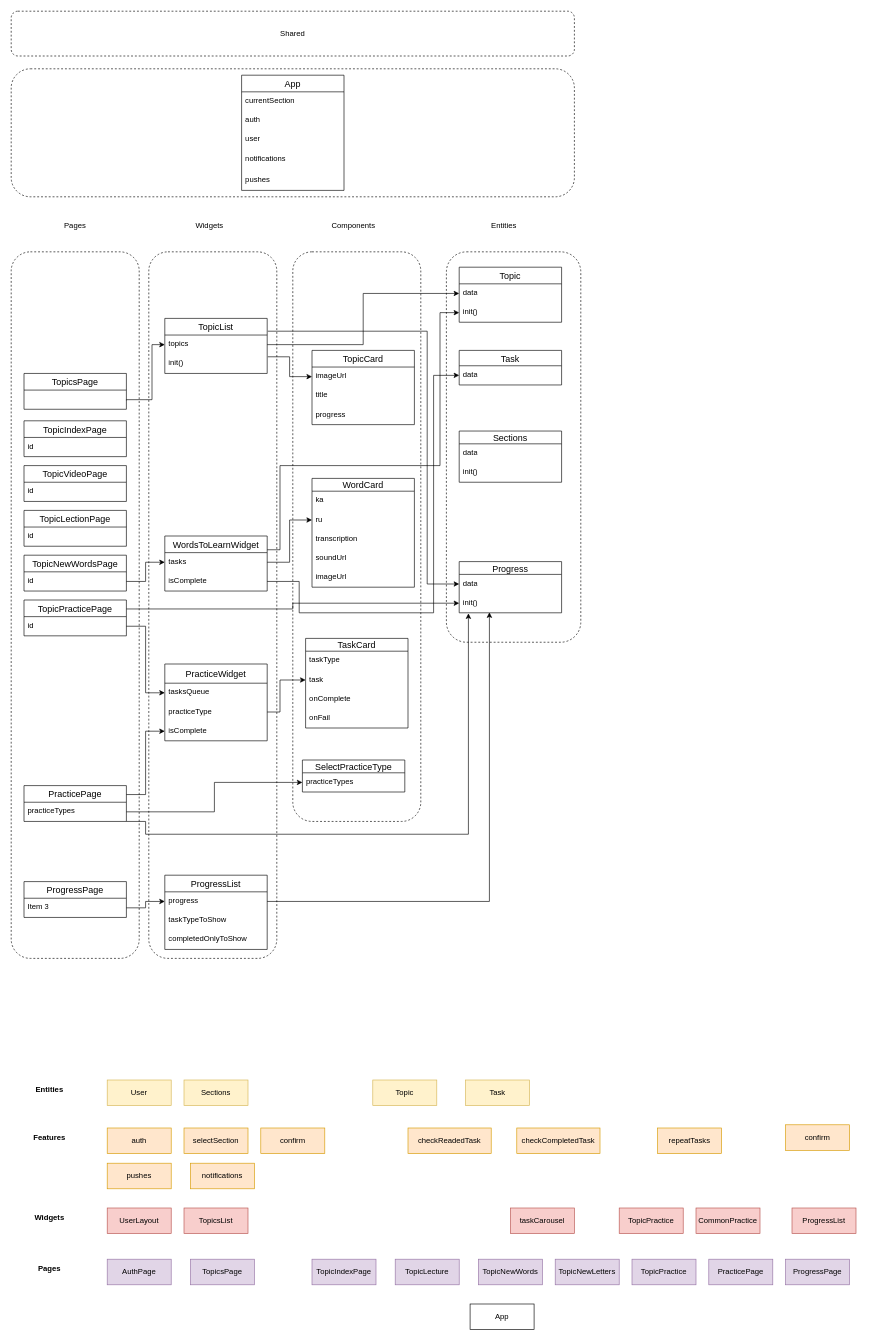
Ascold2017/geo-app keeps this draw.io diagram as geo-app.drawio. Above is the earlier version. Source tidied: cells renumbered, new cells numbered last; positions are measured from the earlier drawing's top-left corner, leaving out a move shared by most shapes. Both pictures are drawn from the tidied source at 64%, with x=0, y=0 at pixel (11, 11).
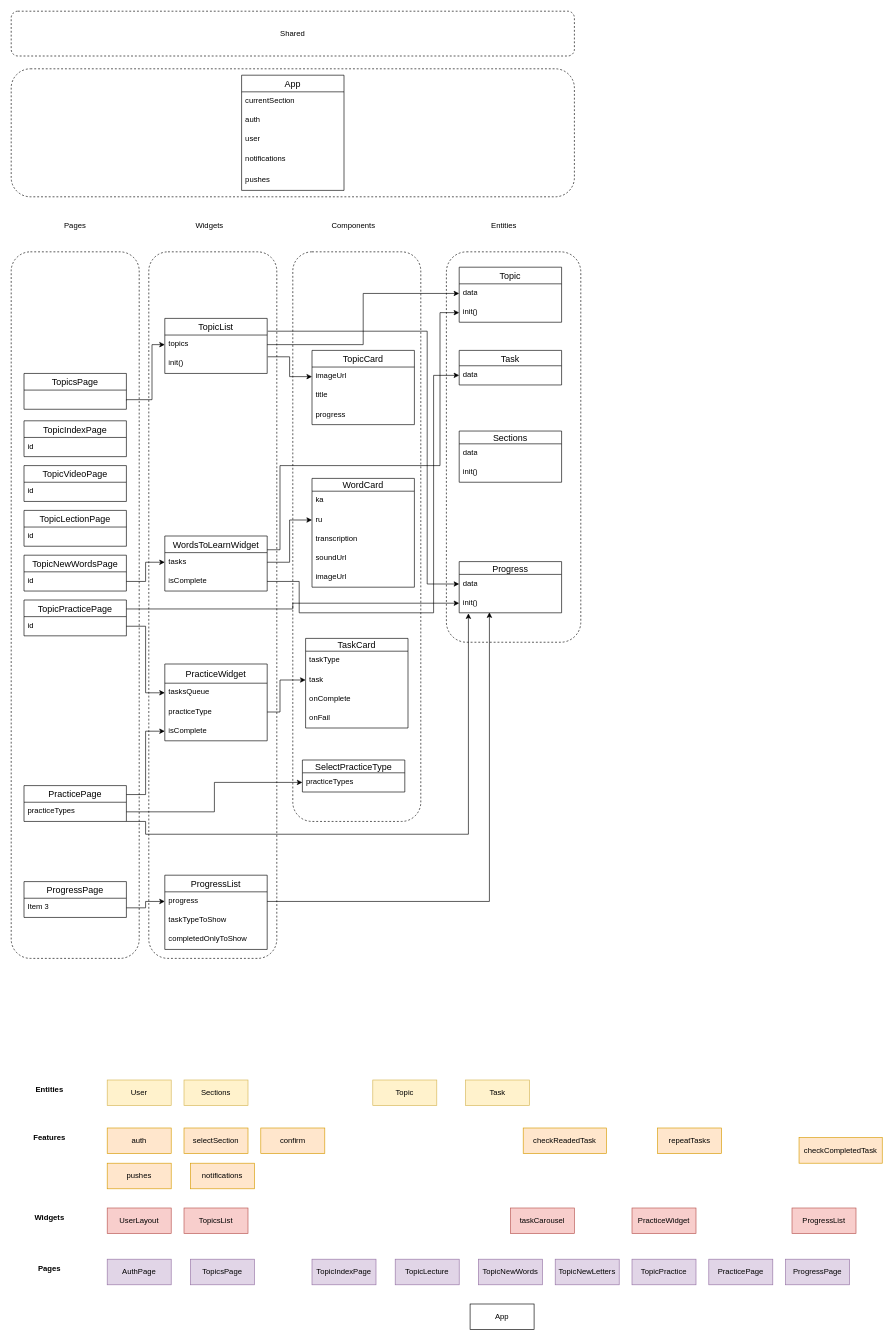
Above is the later version.

What changed in the source:
```diff
@@
-    <mxCell id="112" value="TopicPractice" style="whiteSpace=wrap;html=1;align=center;fillColor=#f8cecc;strokeColor=#b85450;" parent="1" vertex="1">
-      <mxGeometry x="950" y="1870" width="100" height="40" as="geometry" />
+    <mxCell id="112" value="PracticeWidget" style="whiteSpace=wrap;html=1;align=center;fillColor=#f8cecc;strokeColor=#b85450;" parent="1" vertex="1">
+      <mxGeometry x="970" y="1870" width="100" height="40" as="geometry" />
     </mxCell>
-    <mxCell id="113" value="CommonPractice" style="whiteSpace=wrap;html=1;align=center;fillColor=#f8cecc;strokeColor=#b85450;" parent="1" vertex="1">
-      <mxGeometry x="1070" y="1870" width="100" height="40" as="geometry" />
-    </mxCell>
@@
-    <mxCell id="118" value="confirm" style="whiteSpace=wrap;html=1;align=center;fillColor=#ffe6cc;strokeColor=#d79b00;" parent="1" vertex="1">
-      <mxGeometry x="1210" y="1740" width="100" height="40" as="geometry" />
-    </mxCell>
@@
     <mxCell id="122" value="checkReadedTask" style="whiteSpace=wrap;html=1;align=center;fillColor=#ffe6cc;strokeColor=#d79b00;" parent="1" vertex="1">
-      <mxGeometry x="620" y="1745" width="130" height="40" as="geometry" />
+      <mxGeometry x="800" y="1745" width="130" height="40" as="geometry" />
     </mxCell>
     <mxCell id="123" value="checkCompletedTask" style="whiteSpace=wrap;html=1;align=center;fillColor=#ffe6cc;strokeColor=#d79b00;" parent="1" vertex="1">
-      <mxGeometry x="790" y="1745" width="130" height="40" as="geometry" />
+      <mxGeometry x="1231" y="1760" width="130" height="40" as="geometry" />
     </mxCell>
```
